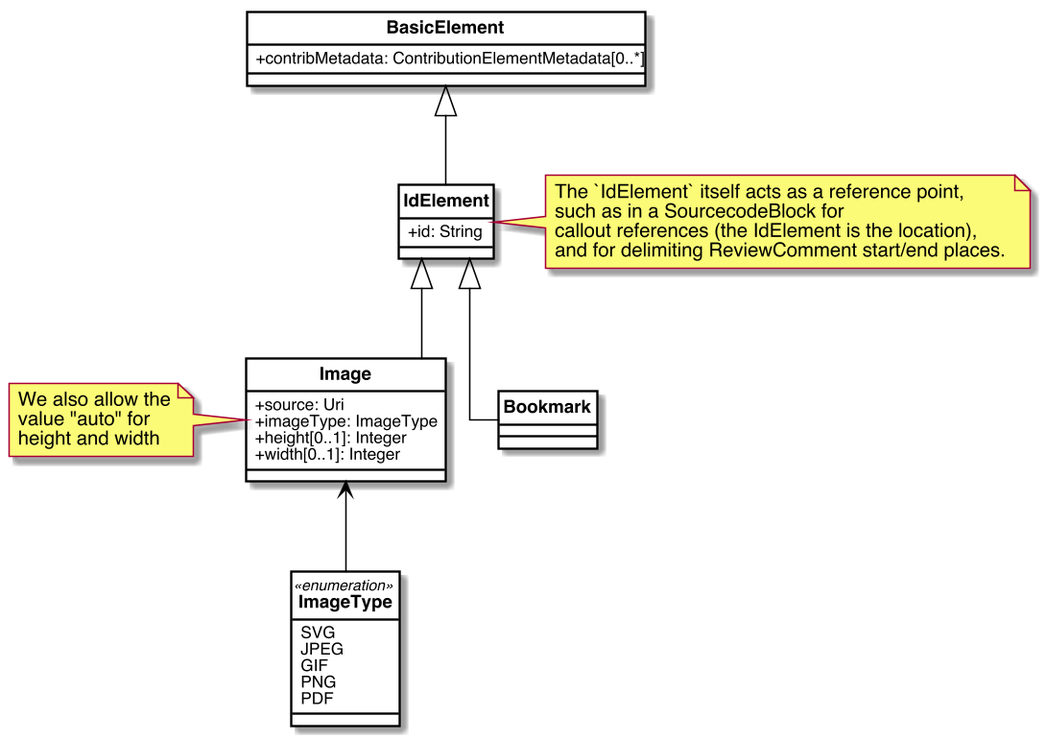
The PlantUML diagram images/IdElements.png in metanorma/basicdoc-models, before a commit. Its diagram source:
```plantuml
@startuml IdElements


skinparam Dpi 150
skinparam Monochrome false
skinparam LineType ortho
hide circle
skinparam Default {
  TextAlignment center
  FontName Helvetica
}
skinparam Class {
  AttributeIconSize 0
  BackgroundColor White
  ArrowColor Black
  BorderColor Black
  FontStyle bold
  StereotypeFontSize 10
}
skinparam Rectangle {
  BackgroundColor White
  ArrowColor Black
  BorderColor Black
  FontStyle bold
  FontSize 11
  StereotypeFontSize 10
}
skinparam Object {
  BackgroundColor White
  ArrowColor Black
  BorderColor Black
  FontStyle bold
  FontSize 11
  StereotypeFontSize 10
}

skinparam Entity {
  StereotypeFontSize 10
}



class BasicElement {
    +contribMetadata: ContributionElementMetadata[0..*]
}

class IdElement{
    +id: String
}

class Image{
    +source: Uri
    +imageType: ImageType
    +height[0..1]: Integer
    +width[0..1]: Integer
}

class Bookmark{

}


enum ImageType <<enumeration>>{
    SVG
    JPEG
    GIF
    PNG
    PDF
}


note right of IdElement : The `IdElement` itself acts as a reference point,\nsuch as in a SourcecodeBlock for\ncallout references (the IdElement is the location),\nand for delimiting ReviewComment start/end places.
note left of Image : We also allow the\nvalue "auto" for\nheight and width

BasicElement <|-- IdElement

IdElement <|-- Image
IdElement <|-- Bookmark

Image <-- ImageType



@enduml
```
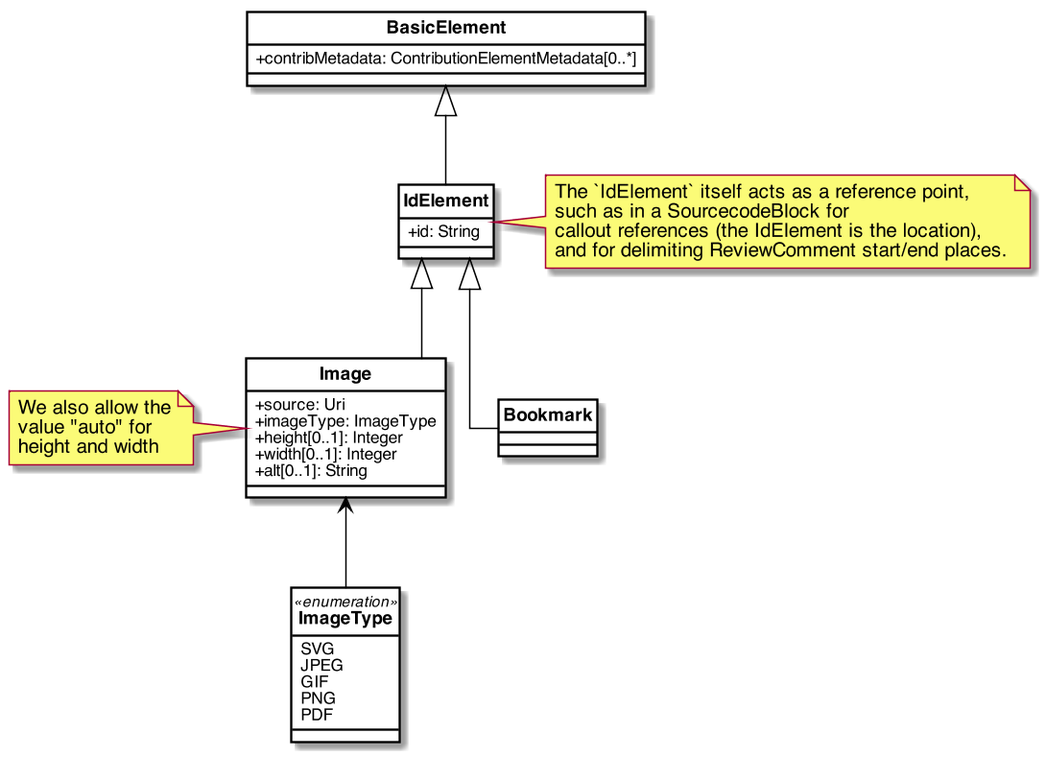
The same file after the commit.

Commit message:
images alt attribute

What changed in the source:
```diff
@@ -53,6 +53,7 @@
     +imageType: ImageType
     +height[0..1]: Integer
     +width[0..1]: Integer
+    +alt[0..1]: String
 }
 
 class Bookmark{
```
